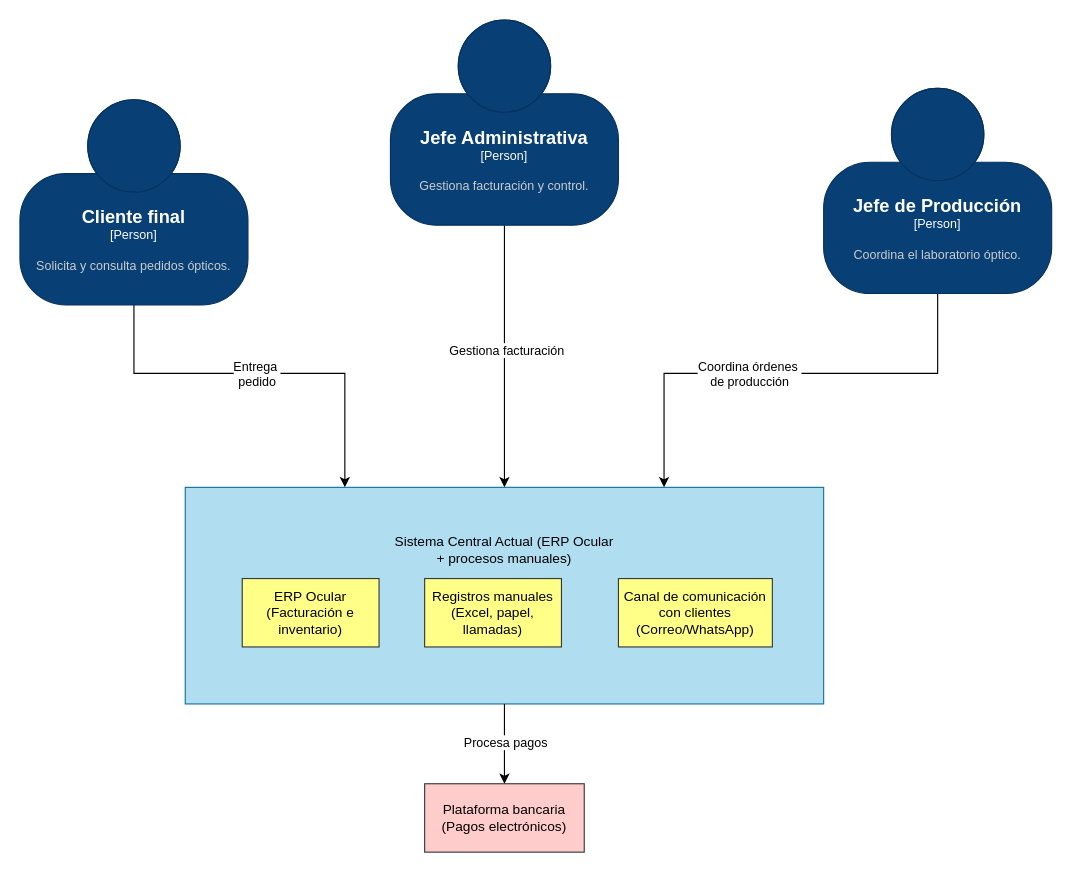
The draw.io diagram entrega/c2-contenedores-final.drawio in ValentinaRodRo/taller-03-arquitectura-c4, before the edit. Source tidied: cells renumbered, new cells numbered last; positions are measured from the earlier drawing's top-left corner, leaving out a move shared by most shapes. Both pictures are drawn from the tidied source at 114%, with x=0, y=0 at pixel (19, 19).
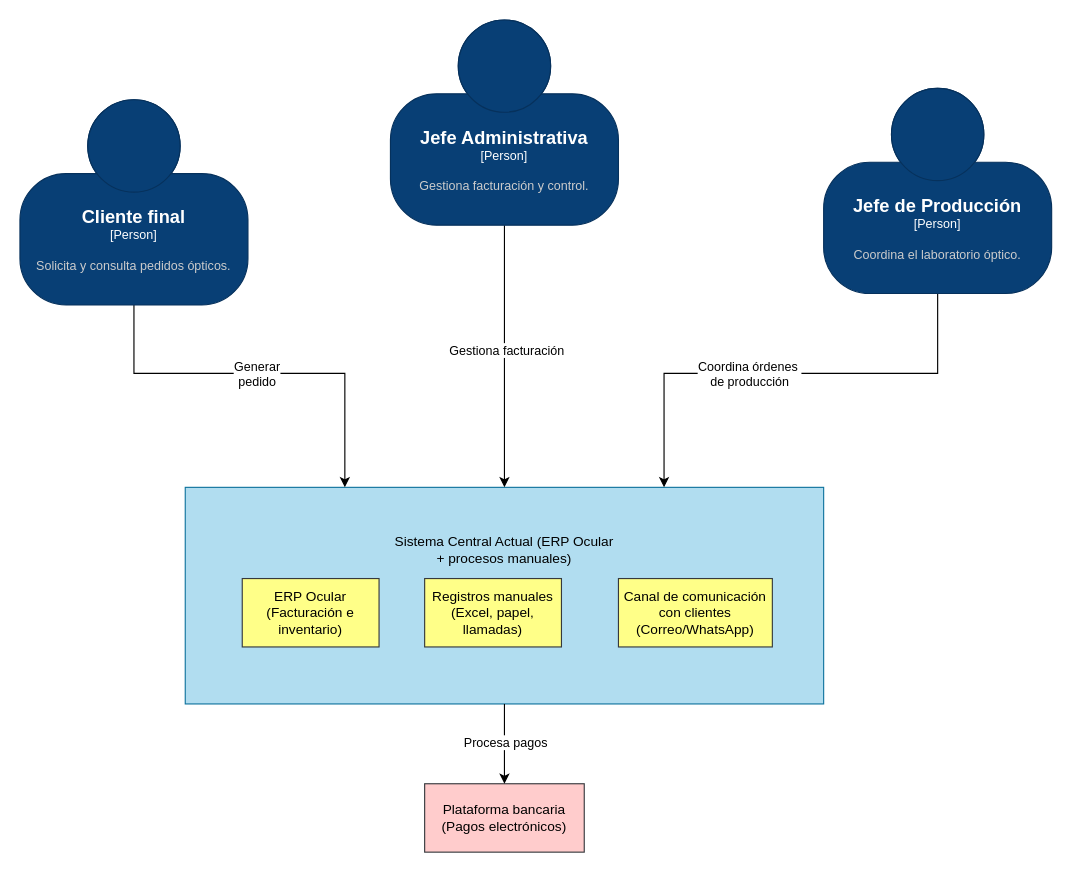
After the change.

Commit message (it also covers changes not shown here):
Corrección cliente final

Unchanged cells that the change refers to:
```xml
<mxCell id="8" style="endArrow=classic;html=1;rounded=0;entryX=0.25;entryY=0;entryDx=0;entryDy=0;exitX=0.5;exitY=1;exitDx=0;exitDy=0;exitPerimeter=0;" parent="1" edge="1" source="16" target="2">
  <mxGeometry relative="1" as="geometry">
    <Array as="points">
      <mxPoint x="100" y="310" />
      <mxPoint x="285" y="310" />
    </Array>
  </mxGeometry>
</mxCell>
```

What changed in the source:
```diff
@@
-    <mxCell id="9" value="Entrega&amp;nbsp;&lt;div&gt;pedido&lt;/div&gt;" style="edgeLabel;html=1;align=center;verticalAlign=middle;" parent="8" vertex="1">
+    <mxCell id="9" value="Generar&lt;div&gt;pedido&lt;/div&gt;" style="edgeLabel;html=1;align=center;verticalAlign=middle;" parent="8" vertex="1">
       <mxGeometry x="-0.03" relative="1" as="geometry" />
     </mxCell>
```
